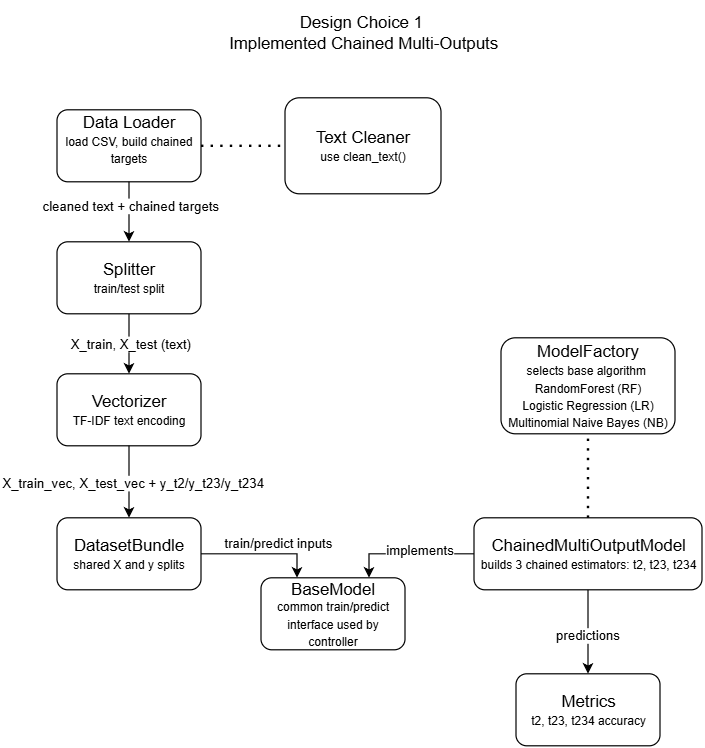
Before: docs/Design Choice 1.png, a diagram exported from draw.io (Dylanjb96/E-E-AI-CA). Source tidied: cells renumbered, new cells last; positions are measured from the earlier drawing's top-left corner, leaving out a move shared by most shapes.
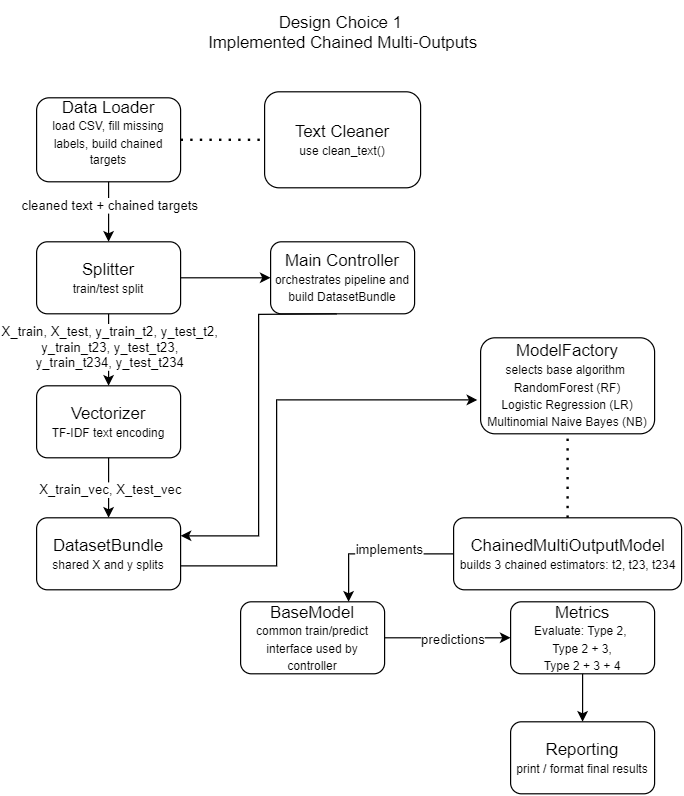
After the change.

Commit message:
updated Design Choice 1

Diff of the diagram source:
```diff
@@ -2,35 +2,35 @@
   <root>
     <mxCell id="0" />
     <mxCell id="1" parent="0" />
-    <mxCell id="2" value="&lt;font style=&quot;font-size: 14px;&quot;&gt;Data Loader&lt;/font&gt;&lt;div&gt;&lt;span style=&quot;background-color: transparent; color: light-dark(rgb(0, 0, 0), rgb(255, 255, 255));&quot;&gt;&lt;font style=&quot;font-size: 10px;&quot;&gt;load CSV, build chained targets&lt;/font&gt;&lt;/span&gt;&lt;div&gt;&lt;p&gt;&lt;/p&gt;&lt;/div&gt;&lt;/div&gt;" style="rounded=1;whiteSpace=wrap;html=1;" parent="1" vertex="1">
-      <mxGeometry y="90" width="120" height="60" as="geometry" />
-    </mxCell>
+    <mxCell id="26" value="&lt;font style=&quot;font-size: 14px;&quot;&gt;Data Loader&lt;/font&gt;&lt;div&gt;&lt;span style=&quot;background-color: transparent; color: light-dark(rgb(0, 0, 0), rgb(255, 255, 255));&quot;&gt;&lt;font style=&quot;font-size: 10px;&quot;&gt;load CSV, fill missing labels, build chained targets&lt;/font&gt;&lt;/span&gt;&lt;div&gt;&lt;p&gt;&lt;/p&gt;&lt;/div&gt;&lt;/div&gt;" style="rounded=1;whiteSpace=wrap;html=1;" parent="1" vertex="1">
+      <mxGeometry y="80" width="120" height="70" as="geometry" />
+    </mxCell>
     <mxCell id="3" style="edgeStyle=orthogonalEdgeStyle;rounded=0;jettySize=auto;html=1;entryX=0.5;entryY=0;entryDx=0;entryDy=0;exitX=0.5;exitY=1;exitDx=0;exitDy=0;" parent="1" edge="1" source="5" target="8">
       <mxGeometry relative="1" as="geometry" />
     </mxCell>
-    <mxCell id="4" value="X_train_vec, X_test_vec +&amp;nbsp;&lt;span style=&quot;background-color: light-dark(#ffffff, var(--ge-dark-color, #121212)); color: light-dark(rgb(0, 0, 0), rgb(255, 255, 255));&quot;&gt;y_t2/y_t23/y_t234&lt;/span&gt;" style="edgeLabel;html=1;align=center;verticalAlign=middle;" parent="3" vertex="1">
-      <mxGeometry x="-0.02" y="-3" relative="1" as="geometry">
-        <mxPoint x="5" y="1" as="offset" />
-      </mxGeometry>
-    </mxCell>
+    <mxCell id="27" value="X_train_vec, X_test_vec&amp;nbsp;" style="edgeLabel;html=1;align=center;verticalAlign=middle;" parent="3" vertex="1">
+      <mxGeometry x="-0.02" y="-3" relative="1" as="geometry">
+        <mxPoint x="5" y="1" as="offset" />
+      </mxGeometry>
+    </mxCell>
     <mxCell id="5" value="&lt;font style=&quot;font-size: 14px;&quot;&gt;Vectorizer&lt;/font&gt;&lt;div&gt;&lt;font size=&quot;1&quot;&gt;TF-IDF text encoding&lt;/font&gt;&lt;/div&gt;" style="whiteSpace=wrap;html=1;rounded=1;" parent="1" vertex="1">
-      <mxGeometry y="310" width="120" height="60" as="geometry" />
+      <mxGeometry y="320" width="120" height="60" as="geometry" />
     </mxCell>
-    <mxCell id="6" style="edgeStyle=orthogonalEdgeStyle;rounded=0;jettySize=auto;html=1;entryX=0.25;entryY=0;entryDx=0;entryDy=0;" parent="1" edge="1" source="8" target="16">
-      <mxGeometry relative="1" as="geometry" />
-    </mxCell>
-    <mxCell id="7" value="train/predict inputs" style="edgeLabel;html=1;align=center;verticalAlign=middle;" parent="6" vertex="1">
-      <mxGeometry x="-0.38" y="-3" relative="1" as="geometry">
-        <mxPoint x="32" y="-13" as="offset" />
-      </mxGeometry>
-    </mxCell>
+    <mxCell id="28" style="edgeStyle=orthogonalEdgeStyle;rounded=0;jettySize=auto;html=1;entryX=-0.019;entryY=0.647;entryDx=0;entryDy=0;entryPerimeter=0;" parent="1" edge="1" source="8" target="22">
+      <mxGeometry relative="1" as="geometry">
+        <Array as="points">
+          <mxPoint x="200" y="470" />
+          <mxPoint x="200" y="332" />
+        </Array>
+      </mxGeometry>
+    </mxCell>
     <mxCell id="8" value="&lt;font style=&quot;font-size: 14px;&quot;&gt;DatasetBundle&lt;/font&gt;&lt;div&gt;&lt;font size=&quot;1&quot;&gt;shared X and y splits&lt;/font&gt;&lt;/div&gt;" style="whiteSpace=wrap;html=1;rounded=1;" parent="1" vertex="1">
       <mxGeometry y="430" width="120" height="60" as="geometry" />
     </mxCell>
-    <mxCell id="9" style="edgeStyle=orthogonalEdgeStyle;rounded=0;jettySize=auto;html=1;" parent="1" edge="1" source="13" target="14">
-      <mxGeometry relative="1" as="geometry" />
-    </mxCell>
+    <mxCell id="29" style="edgeStyle=orthogonalEdgeStyle;rounded=0;jettySize=auto;html=1;exitX=1;exitY=0.5;exitDx=0;exitDy=0;" parent="1" edge="1" source="16" target="30">
+      <mxGeometry relative="1" as="geometry" />
+    </mxCell>
-    <mxCell id="10" value="predictions" style="edgeLabel;html=1;align=center;verticalAlign=middle;" parent="9" vertex="1">
+    <mxCell id="10" value="predictions" style="edgeLabel;html=1;align=center;verticalAlign=middle;" parent="29" vertex="1">
       <mxGeometry x="0.06" y="-1" relative="1" as="geometry" />
     </mxCell>
     <mxCell id="11" style="edgeStyle=orthogonalEdgeStyle;rounded=0;jettySize=auto;html=1;entryX=0.75;entryY=0;entryDx=0;entryDy=0;" parent="1" edge="1" source="13" target="16">
@@ -42,19 +42,19 @@
     <mxCell id="13" value="&lt;font style=&quot;font-size: 14px;&quot;&gt;ChainedMultiOutputModel&lt;/font&gt;&lt;div&gt;&lt;font size=&quot;1&quot;&gt;builds 3 chained estimators: t2, t23, t234&lt;/font&gt;&lt;/div&gt;" style="whiteSpace=wrap;html=1;rounded=1;" parent="1" vertex="1">
       <mxGeometry x="347.5" y="430" width="190" height="60" as="geometry" />
     </mxCell>
-    <mxCell id="14" value="&lt;font style=&quot;font-size: 14px;&quot;&gt;Metrics&lt;/font&gt;&lt;div&gt;&lt;font size=&quot;1&quot;&gt;t2, t23, t234 accuracy&lt;/font&gt;&lt;/div&gt;" style="whiteSpace=wrap;html=1;rounded=1;" parent="1" vertex="1">
-      <mxGeometry x="382.5" y="560" width="120" height="60" as="geometry" />
-    </mxCell>
+    <mxCell id="30" value="&lt;font style=&quot;font-size: 14px;&quot;&gt;Metrics&lt;/font&gt;&lt;div&gt;&lt;font size=&quot;1&quot;&gt;Evaluate: Type 2,&amp;nbsp;&lt;/font&gt;&lt;/div&gt;&lt;div&gt;&lt;font size=&quot;1&quot;&gt;Type 2 + 3,&lt;/font&gt;&lt;/div&gt;&lt;div&gt;&lt;font size=&quot;1&quot;&gt;Type 2 + 3 + 4&lt;/font&gt;&lt;/div&gt;" style="whiteSpace=wrap;html=1;rounded=1;" parent="1" vertex="1">
+      <mxGeometry x="395" y="500" width="120" height="60" as="geometry" />
+    </mxCell>
     <mxCell id="15" value="&lt;font style=&quot;font-size: 14px;&quot;&gt;Design Choice 1&amp;nbsp;&lt;/font&gt;&lt;div&gt;&lt;font style=&quot;font-size: 14px;&quot;&gt;Implemented Chained Multi-Outputs&lt;/font&gt;&lt;/div&gt;" style="text;html=1;align=center;verticalAlign=middle;strokeColor=none;fillColor=none;" parent="1" vertex="1">
       <mxGeometry x="130" width="250" height="50" as="geometry" />
     </mxCell>
     <mxCell id="16" value="&lt;font style=&quot;font-size: 14px;&quot;&gt;BaseModel&lt;/font&gt;&lt;div&gt;&lt;font size=&quot;1&quot;&gt;common train/predict interface used by controller&lt;/font&gt;&lt;/div&gt;" style="whiteSpace=wrap;html=1;rounded=1;" parent="1" vertex="1">
-      <mxGeometry x="170" y="480" width="120" height="60" as="geometry" />
+      <mxGeometry x="170" y="500" width="120" height="60" as="geometry" />
     </mxCell>
-    <mxCell id="17" style="edgeStyle=orthogonalEdgeStyle;rounded=0;jettySize=auto;html=1;entryX=0.5;entryY=0;entryDx=0;entryDy=0;exitX=0.5;exitY=1;exitDx=0;exitDy=0;" parent="1" edge="1" source="2" target="21">
-      <mxGeometry relative="1" as="geometry" />
-    </mxCell>
+    <mxCell id="31" style="edgeStyle=orthogonalEdgeStyle;rounded=0;jettySize=auto;html=1;entryX=0.5;entryY=0;entryDx=0;entryDy=0;exitX=0.5;exitY=1;exitDx=0;exitDy=0;" parent="1" edge="1" source="26" target="21">
+      <mxGeometry relative="1" as="geometry" />
+    </mxCell>
-    <mxCell id="18" value="cleaned text + chained targets" style="edgeLabel;html=1;align=center;verticalAlign=middle;" parent="17" vertex="1">
+    <mxCell id="18" value="cleaned text + chained targets" style="edgeLabel;html=1;align=center;verticalAlign=middle;" parent="31" vertex="1">
       <mxGeometry x="-0.27" y="-1" relative="1" as="geometry">
         <mxPoint x="1" y="1" as="offset" />
       </mxGeometry>
@@ -62,11 +62,11 @@
     <mxCell id="19" style="edgeStyle=orthogonalEdgeStyle;rounded=0;jettySize=auto;html=1;entryX=0.5;entryY=0;entryDx=0;entryDy=0;exitX=0.5;exitY=1;exitDx=0;exitDy=0;" parent="1" edge="1" source="21" target="5">
       <mxGeometry relative="1" as="geometry" />
     </mxCell>
-    <mxCell id="20" value="X_train, X_test (text)" style="edgeLabel;html=1;align=center;verticalAlign=middle;" parent="19" vertex="1">
-      <mxGeometry x="-0.28" y="-2" relative="1" as="geometry">
-        <mxPoint x="2" y="6" as="offset" />
-      </mxGeometry>
-    </mxCell>
+    <mxCell id="32" value="X_train, X_test, y_train_t2, y_test_t2,&lt;div&gt;y_train_t23, y_test_t23,&lt;/div&gt;&lt;div&gt;y_train_t234, y_test_t234&lt;/div&gt;" style="edgeLabel;html=1;align=center;verticalAlign=middle;" parent="19" vertex="1">
+      <mxGeometry x="-0.28" y="-2" relative="1" as="geometry">
+        <mxPoint x="2" y="6" as="offset" />
+      </mxGeometry>
+    </mxCell>
     <mxCell id="21" value="&lt;div&gt;&lt;span style=&quot;font-size: 14px;&quot;&gt;Splitter&lt;/span&gt;&lt;/div&gt;&lt;div&gt;&lt;span style=&quot;font-size: 10px;&quot;&gt;train/test split&lt;/span&gt;&lt;/div&gt;" style="whiteSpace=wrap;html=1;rounded=1;" parent="1" vertex="1">
       <mxGeometry y="200" width="120" height="60" as="geometry" />
     </mxCell>
@@ -77,10 +77,27 @@
       <mxGeometry relative="1" as="geometry" />
     </mxCell>
     <mxCell id="24" value="&lt;span style=&quot;font-size: 14px;&quot;&gt;Text Cleaner&lt;/span&gt;&lt;br&gt;&lt;div&gt;&lt;font size=&quot;1&quot;&gt;use clean_text()&lt;/font&gt;&lt;/div&gt;" style="whiteSpace=wrap;html=1;rounded=1;" parent="1" vertex="1">
-      <mxGeometry x="190" y="80" width="130" height="80" as="geometry" />
+      <mxGeometry x="190" y="75" width="130" height="80" as="geometry" />
     </mxCell>
-    <mxCell id="25" style="endArrow=none;dashed=1;html=1;dashPattern=1 3;strokeWidth=2;rounded=0;entryX=0;entryY=0.5;entryDx=0;entryDy=0;exitX=1;exitY=0.5;exitDx=0;exitDy=0;" parent="1" edge="1" source="2" target="24">
-      <mxGeometry relative="1" as="geometry" />
-    </mxCell>
+    <mxCell id="33" style="endArrow=none;dashed=1;html=1;dashPattern=1 3;strokeWidth=2;rounded=0;exitX=1;exitY=0.5;exitDx=0;exitDy=0;entryX=0;entryY=0.5;entryDx=0;entryDy=0;" parent="1" edge="1" source="26" target="24">
+      <mxGeometry relative="1" as="geometry" />
+    </mxCell>
+    <mxCell id="34" value="&lt;div&gt;&lt;span style=&quot;font-size: 14px;&quot;&gt;Main Controller&lt;/span&gt;&lt;/div&gt;&lt;div&gt;&lt;font style=&quot;font-size: 10px;&quot;&gt;orchestrates pipeline and build DatasetBundle&lt;/font&gt;&lt;/div&gt;" style="whiteSpace=wrap;html=1;rounded=1;" parent="1" vertex="1">
+      <mxGeometry x="195" y="200" width="120" height="60" as="geometry" />
+    </mxCell>
+    <mxCell id="35" style="edgeStyle=orthogonalEdgeStyle;rounded=0;jettySize=auto;html=1;entryX=1;entryY=0.25;entryDx=0;entryDy=0;exitX=0.5;exitY=1;exitDx=0;exitDy=0;" parent="1" edge="1" target="8">
+      <mxGeometry relative="1" as="geometry">
+        <mxPoint x="250" y="260" as="sourcePoint" />
+      </mxGeometry>
+    </mxCell>
+    <mxCell id="36" style="edgeStyle=orthogonalEdgeStyle;rounded=0;jettySize=auto;html=1;entryX=0;entryY=0.5;entryDx=0;entryDy=0;exitX=1;exitY=0.5;exitDx=0;exitDy=0;" parent="1" edge="1" source="21" target="34">
+      <mxGeometry relative="1" as="geometry" />
+    </mxCell>
+    <mxCell id="37" value="&lt;span style=&quot;font-size: 14px;&quot;&gt;Reporting&lt;/span&gt;&lt;div&gt;&lt;font style=&quot;font-size: 10px;&quot;&gt;print / format final results&lt;/font&gt;&lt;/div&gt;" style="whiteSpace=wrap;html=1;rounded=1;" parent="1" vertex="1">
+      <mxGeometry x="395" y="600" width="120" height="60" as="geometry" />
+    </mxCell>
+    <mxCell id="38" style="edgeStyle=orthogonalEdgeStyle;rounded=0;jettySize=auto;html=1;exitX=0.5;exitY=1;exitDx=0;exitDy=0;entryX=0.5;entryY=0;entryDx=0;entryDy=0;" parent="1" edge="1" source="30" target="37">
+      <mxGeometry relative="1" as="geometry" />
+    </mxCell>
   </root>
 </mxGraphModel>
```
